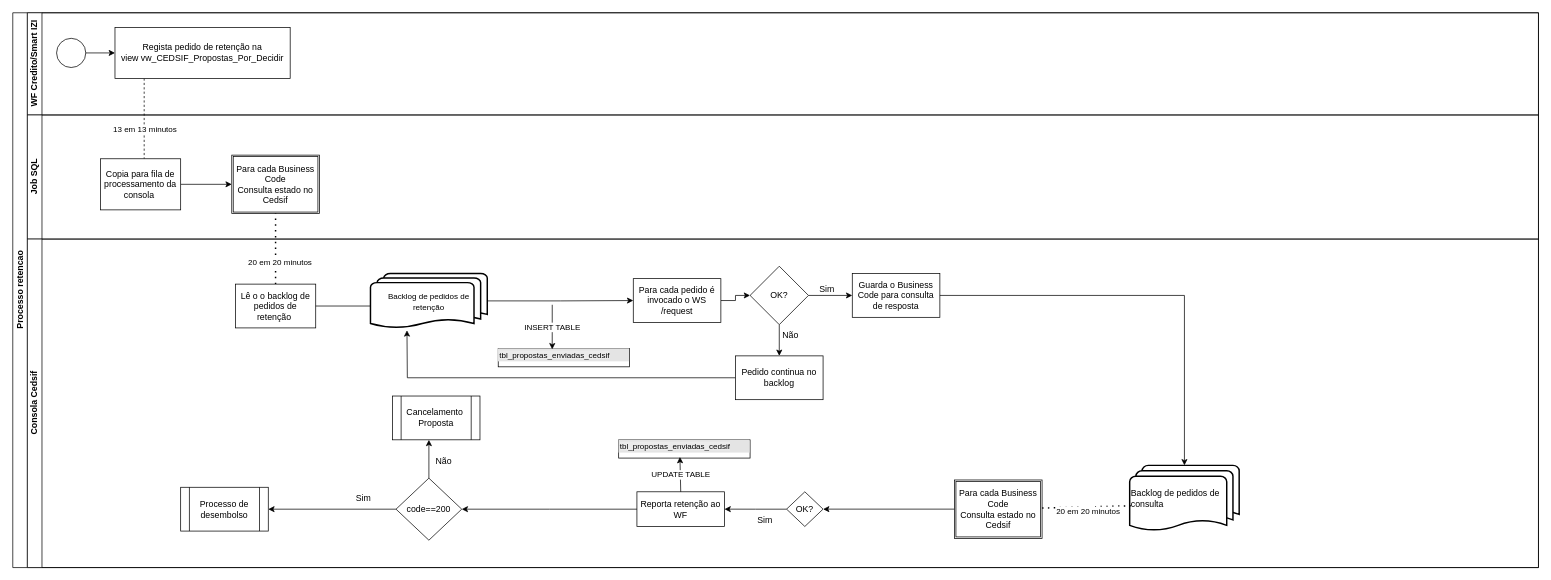
This is Cópia do Diagrama sem nome 2.drawio from anhaguilunguane/Drawio, a draw.io file, before an edit. Source tidied: cells renumbered, new cells numbered last; positions are measured from the earlier drawing's top-left corner, leaving out a move shared by most shapes. Both pictures are drawn from the tidied source at 73%, with x=0, y=0 at pixel (12, 12).
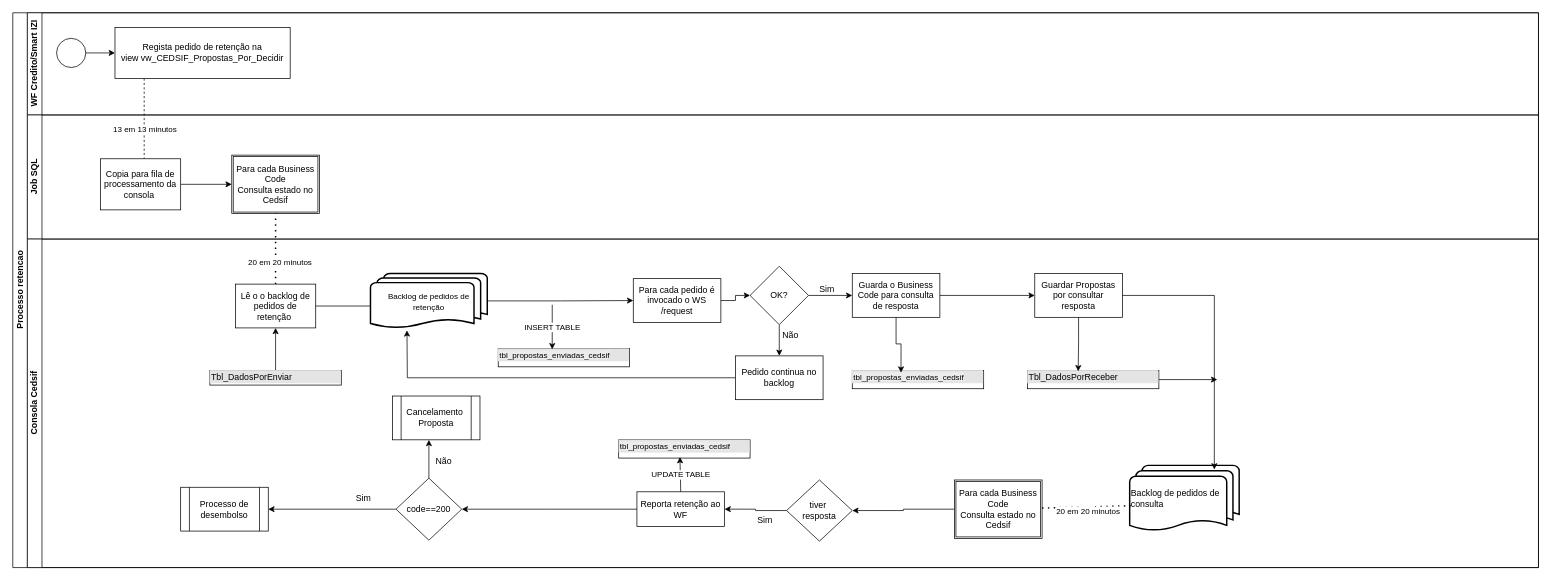
After the change.

Unchanged cells that the change refers to:
```xml
<mxCell id="15" value="Consola Cedsif" style="swimlane;html=1;startSize=20;horizontal=0;" parent="2" vertex="1">
  <mxGeometry x="20" y="310" width="2070" height="450" as="geometry" />
</mxCell>
<mxCell id="16" value="Lê o o backlog de pedidos de retenção&amp;nbsp;" style="rounded=0;whiteSpace=wrap;html=1;fontFamily=Helvetica;fontSize=12;fontColor=#000000;align=center;" parent="15" vertex="1">
  <mxGeometry x="285" y="61.7" width="110" height="60" as="geometry" />
</mxCell>
<mxCell id="25" value="Guarda o Business Code para consulta de resposta" style="whiteSpace=wrap;html=1;" parent="15" vertex="1">
  <mxGeometry x="1130" y="47.2" width="120" height="60" as="geometry" />
</mxCell>
<mxCell id="33" value="Backlog de pedidos de &lt;br&gt;consulta&amp;nbsp;" style="strokeWidth=2;html=1;shape=mxgraph.flowchart.multi-document;whiteSpace=wrap;align=left;" parent="15" vertex="1">
  <mxGeometry x="1510" y="310" width="150" height="90" as="geometry" />
</mxCell>
```

What changed in the source:
```diff
@@
+    <mxCell id="55" style="edgeStyle=orthogonalEdgeStyle;rounded=0;jettySize=auto;html=1;entryX=0;entryY=0.5;entryDx=0;entryDy=0;" parent="15" edge="1" source="25" target="60">
+      <mxGeometry relative="1" as="geometry" />
+    </mxCell>
@@
-    <mxCell id="28" style="edgeStyle=orthogonalEdgeStyle;rounded=0;jettySize=auto;html=1;entryX=0.5;entryY=0;entryDx=0;entryDy=0;entryPerimeter=0;exitX=1;exitY=0.5;exitDx=0;exitDy=0;" parent="15" edge="1" source="25" target="33">
-      <mxGeometry relative="1" as="geometry" />
-    </mxCell>
@@
-    <mxCell id="40" value="OK?" style="rhombus;whiteSpace=wrap;html=1;" parent="15" vertex="1">
-      <mxGeometry x="1040" y="346.2" width="50" height="47.5" as="geometry" />
+    <mxCell id="40" value="tiver&amp;nbsp;&lt;br&gt;resposta" style="rhombus;whiteSpace=wrap;html=1;" parent="15" vertex="1">
+      <mxGeometry x="1040" y="330" width="90" height="83.8" as="geometry" />
     </mxCell>
@@
+    <mxCell id="56" style="edgeStyle=orthogonalEdgeStyle;rounded=0;jettySize=auto;html=1;entryX=0.5;entryY=1;entryDx=0;entryDy=0;" parent="15" edge="1" source="57" target="16">
+      <mxGeometry relative="1" as="geometry" />
+    </mxCell>
+    <mxCell id="57" value="&lt;div style=&quot;box-sizing: border-box; width: 100%; background: rgb(228, 228, 228); padding: 2px;&quot;&gt;&lt;span&gt;Tbl_DadosPorEnviar&lt;/span&gt;&lt;/div&gt;" style="verticalAlign=top;align=left;overflow=fill;html=1;whiteSpace=wrap;" parent="15" vertex="1">
+      <mxGeometry x="250" y="180" width="180" height="20" as="geometry" />
+    </mxCell>
+    <mxCell id="58" value="&lt;div style=&quot;box-sizing: border-box; width: 100%; background: rgb(228, 228, 228); padding: 2px;&quot;&gt;&lt;span style=&quot;font-size: 11px; text-align: center; background-color: rgb(236, 236, 236);&quot;&gt;tbl_propostas_enviadas_cedsif&lt;/span&gt;&lt;/div&gt;" style="verticalAlign=top;align=left;overflow=fill;html=1;whiteSpace=wrap;" parent="15" vertex="1">
+      <mxGeometry x="1130" y="180" width="180" height="25" as="geometry" />
+    </mxCell>
+    <mxCell id="59" style="edgeStyle=orthogonalEdgeStyle;rounded=0;jettySize=auto;html=1;entryX=0.371;entryY=0.12;entryDx=0;entryDy=0;entryPerimeter=0;" parent="15" edge="1" source="25" target="58">
+      <mxGeometry relative="1" as="geometry" />
+    </mxCell>
+    <mxCell id="60" value="Guardar Propostas por consultar resposta" style="whiteSpace=wrap;html=1;" parent="15" vertex="1">
+      <mxGeometry x="1380" y="47.2" width="120" height="60" as="geometry" />
+    </mxCell>
+    <mxCell id="61" style="edgeStyle=orthogonalEdgeStyle;rounded=0;jettySize=auto;html=1;" parent="15" edge="1" source="62">
+      <mxGeometry relative="1" as="geometry">
+        <mxPoint x="1630" y="192.5" as="targetPoint" />
+      </mxGeometry>
+    </mxCell>
+    <mxCell id="62" value="&lt;div style=&quot;box-sizing: border-box; width: 100%; background: rgb(228, 228, 228); padding: 2px;&quot;&gt;&lt;span&gt;Tbl_DadosPorReceber&lt;/span&gt;&lt;/div&gt;" style="verticalAlign=top;align=left;overflow=fill;html=1;whiteSpace=wrap;" parent="15" vertex="1">
+      <mxGeometry x="1370" y="180" width="180" height="25" as="geometry" />
+    </mxCell>
+    <mxCell id="63" style="edgeStyle=orthogonalEdgeStyle;rounded=0;jettySize=auto;html=1;entryX=0.386;entryY=0.045;entryDx=0;entryDy=0;entryPerimeter=0;" parent="15" edge="1" source="60" target="62">
+      <mxGeometry relative="1" as="geometry" />
+    </mxCell>
+    <mxCell id="64" style="edgeStyle=orthogonalEdgeStyle;rounded=0;jettySize=auto;html=1;entryX=0.773;entryY=0.063;entryDx=0;entryDy=0;entryPerimeter=0;" parent="15" edge="1" source="60" target="33">
+      <mxGeometry relative="1" as="geometry" />
+    </mxCell>
```
